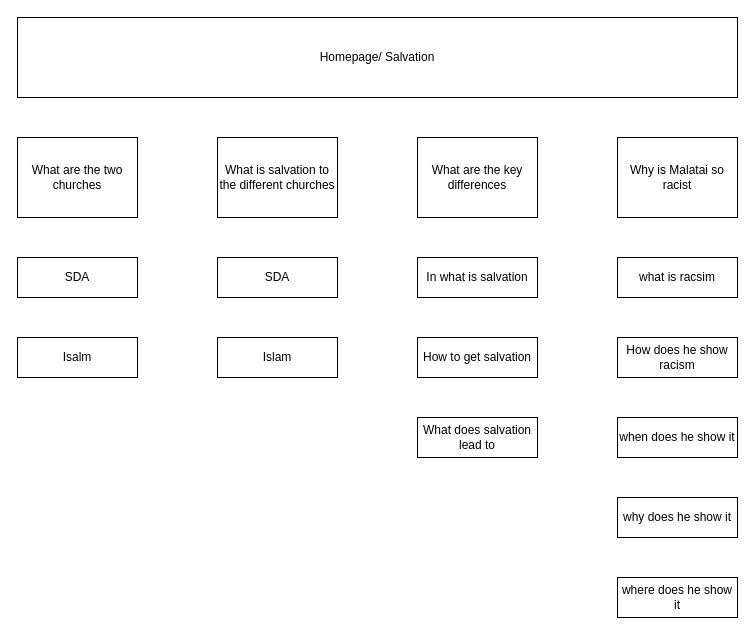
The draw.io diagram sitemap.drawio in Tekudi-snarts/sitemap, before the edit. Source tidied: cells renumbered, new cells numbered last; positions are measured from the earlier drawing's top-left corner, leaving out a move shared by most shapes. Both pictures are drawn from the tidied source at 100%, with x=0, y=0 at pixel (17, 17).
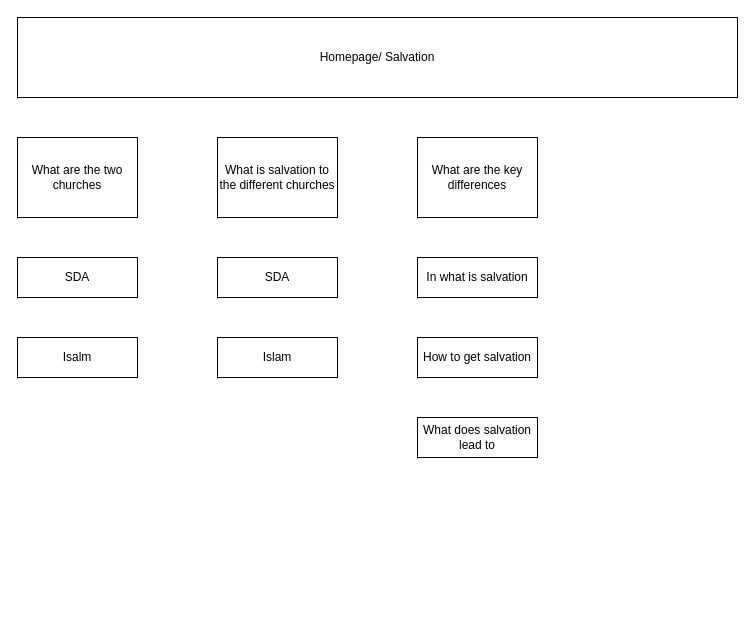
The same diagram, later.

What changed in the source:
```diff
@@
 <mxGraphModel>
   <root>
     <mxCell id="0" />
     <mxCell id="1" parent="0" />
     <mxCell id="2" value="Homepage/ Salvation" style="rounded=0;whiteSpace=wrap;html=1;" parent="1" vertex="1">
       <mxGeometry width="720" height="80" as="geometry" />
     </mxCell>
     <mxCell id="3" value="What are the two churches" style="rounded=0;whiteSpace=wrap;html=1;" parent="1" vertex="1">
       <mxGeometry y="120" width="120" height="80" as="geometry" />
     </mxCell>
     <mxCell id="4" value="What is salvation to the different churches" style="rounded=0;whiteSpace=wrap;html=1;" parent="1" vertex="1">
       <mxGeometry x="200" y="120" width="120" height="80" as="geometry" />
     </mxCell>
     <mxCell id="5" value="What are the key differences" style="rounded=0;whiteSpace=wrap;html=1;" parent="1" vertex="1">
       <mxGeometry x="400" y="120" width="120" height="80" as="geometry" />
     </mxCell>
-    <mxCell id="6" value="Why is Malatai so racist" style="rounded=0;whiteSpace=wrap;html=1;" parent="1" vertex="1">
-      <mxGeometry x="600" y="120" width="120" height="80" as="geometry" />
-    </mxCell>
     <mxCell id="7" value="SDA" style="rounded=0;whiteSpace=wrap;html=1;" parent="1" vertex="1">
       <mxGeometry y="240" width="120" height="40" as="geometry" />
     </mxCell>
     <mxCell id="8" value="SDA" style="rounded=0;whiteSpace=wrap;html=1;" parent="1" vertex="1">
       <mxGeometry x="200" y="240" width="120" height="40" as="geometry" />
     </mxCell>
     <mxCell id="9" value="In what is salvation" style="rounded=0;whiteSpace=wrap;html=1;" parent="1" vertex="1">
       <mxGeometry x="400" y="240" width="120" height="40" as="geometry" />
     </mxCell>
-    <mxCell id="10" value="what is racsim" style="rounded=0;whiteSpace=wrap;html=1;" parent="1" vertex="1">
-      <mxGeometry x="600" y="240" width="120" height="40" as="geometry" />
-    </mxCell>
     <mxCell id="11" value="Isalm" style="rounded=0;whiteSpace=wrap;html=1;" parent="1" vertex="1">
       <mxGeometry y="320" width="120" height="40" as="geometry" />
     </mxCell>
     <mxCell id="12" value="How to get salvation" style="rounded=0;whiteSpace=wrap;html=1;" parent="1" vertex="1">
       <mxGeometry x="400" y="320" width="120" height="40" as="geometry" />
     </mxCell>
     <mxCell id="13" value="Islam" style="rounded=0;whiteSpace=wrap;html=1;" parent="1" vertex="1">
       <mxGeometry x="200" y="320" width="120" height="40" as="geometry" />
     </mxCell>
-    <mxCell id="14" value="How does he show racism" style="rounded=0;whiteSpace=wrap;html=1;" parent="1" vertex="1">
-      <mxGeometry x="600" y="320" width="120" height="40" as="geometry" />
-    </mxCell>
-    <mxCell id="15" value="when does he show it" style="rounded=0;whiteSpace=wrap;html=1;" parent="1" vertex="1">
-      <mxGeometry x="600" y="400" width="120" height="40" as="geometry" />
-    </mxCell>
-    <mxCell id="16" value="why does he show it" style="rounded=0;whiteSpace=wrap;html=1;" parent="1" vertex="1">
-      <mxGeometry x="600" y="480" width="120" height="40" as="geometry" />
-    </mxCell>
     <mxCell id="17" value="What does salvation lead to" style="rounded=0;whiteSpace=wrap;html=1;" parent="1" vertex="1">
       <mxGeometry x="400" y="400" width="120" height="40" as="geometry" />
     </mxCell>
-    <mxCell id="18" value="where does he show it" style="rounded=0;whiteSpace=wrap;html=1;" parent="1" vertex="1">
-      <mxGeometry x="600" y="560" width="120" height="40" as="geometry" />
-    </mxCell>
   </root>
 </mxGraphModel>
```
